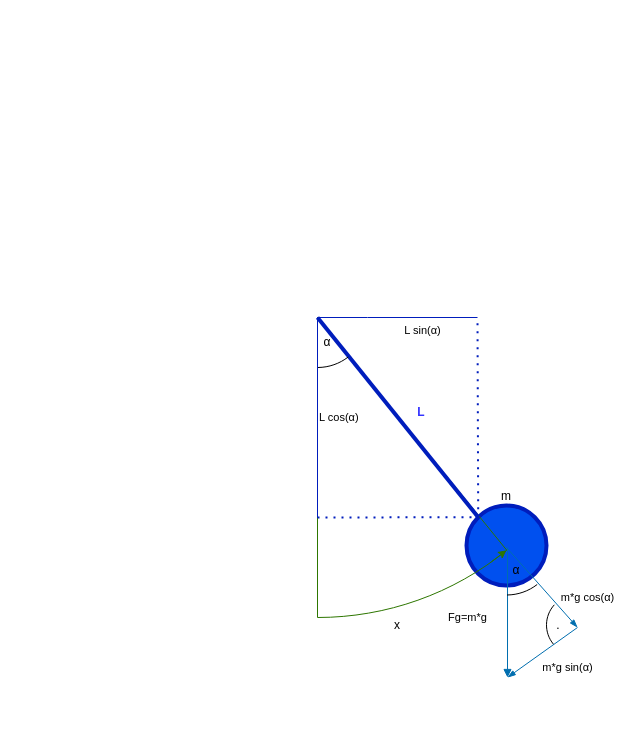
Above: rysunek.drawio in WelfareUnit/Projekt2 (draw.io), before the change. Source tidied: cells renumbered, new cells numbered last; positions are measured from the earlier drawing's top-left corner, leaving out a move shared by most shapes. Both pictures are drawn from the tidied source at 100%, with x=0, y=0 at pixel (17, 17).
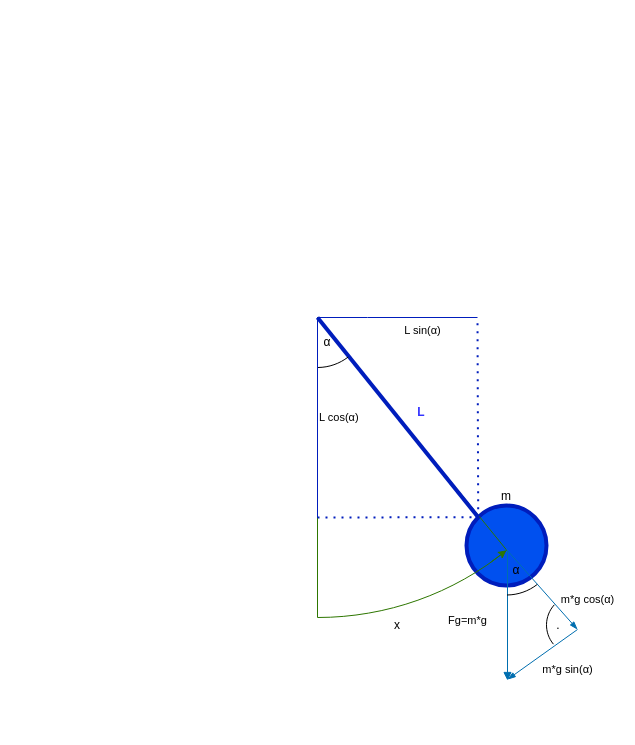
The same diagram, later.

Unchanged cells that the change refers to:
```xml
<mxCell id="2" value="&lt;div&gt;m&lt;/div&gt;" style="ellipse;whiteSpace=wrap;html=1;strokeWidth=4;fillColor=#0050ef;fontColor=#000000;strokeColor=#001DBC;align=center;labelPosition=center;verticalLabelPosition=top;verticalAlign=bottom;" parent="1" vertex="1">
  <mxGeometry x="449" y="488" width="80" height="80" as="geometry" />
</mxCell>
```

Change to the diagram source:
```diff
@@
-    <mxCell id="12" value="&lt;div&gt;Fg=m*g&lt;/div&gt;" style="endArrow=block;html=1;rounded=0;fillColor=#1ba1e2;strokeColor=#006EAF;exitX=0.513;exitY=0.525;exitDx=0;exitDy=0;exitPerimeter=0;" parent="1" edge="1" source="2">
+    <mxCell id="12" value="&lt;div&gt;Fg=m*g&lt;/div&gt;" style="endArrow=block;html=1;rounded=0;fillColor=#1ba1e2;strokeColor=#006EAF;exitX=0.513;exitY=0.525;exitDx=0;exitDy=0;exitPerimeter=0;" parent="1" edge="1">
       <mxGeometry x="0.08" y="-40" relative="1" as="geometry">
-        <mxPoint x="490" y="660" as="targetPoint" />
+        <mxPoint x="490" y="533" as="sourcePoint" />
+        <mxPoint x="490" y="663" as="targetPoint" />
       </mxGeometry>
     </mxCell>
     <mxCell id="13" value="m*g cos(α)" style="endArrow=blockThin;html=1;rounded=0;fillColor=#1ba1e2;strokeColor=#006EAF;strokeWidth=1;startArrow=none;startFill=0;endFill=1;" parent="1" edge="1">
       <mxGeometry x="0.7" y="27" relative="1" as="geometry">
-        <mxPoint x="489" y="530" as="sourcePoint" />
-        <mxPoint x="560" y="610" as="targetPoint" />
+        <mxPoint x="489" y="532" as="sourcePoint" />
+        <mxPoint x="560" y="612" as="targetPoint" />
       </mxGeometry>
     </mxCell>
     <mxCell id="14" value="m*g sin(α)" style="endArrow=none;html=1;rounded=0;fillColor=#1ba1e2;strokeColor=#006EAF;startArrow=blockThin;startFill=1;" parent="1" edge="1">
       <mxGeometry x="0.27" y="-27" relative="1" as="geometry">
-        <mxPoint x="490" y="660" as="sourcePoint" />
-        <mxPoint x="560" y="610" as="targetPoint" />
+        <mxPoint x="490" y="662" as="sourcePoint" />
+        <mxPoint x="560" y="612" as="targetPoint" />
       </mxGeometry>
     </mxCell>
```
